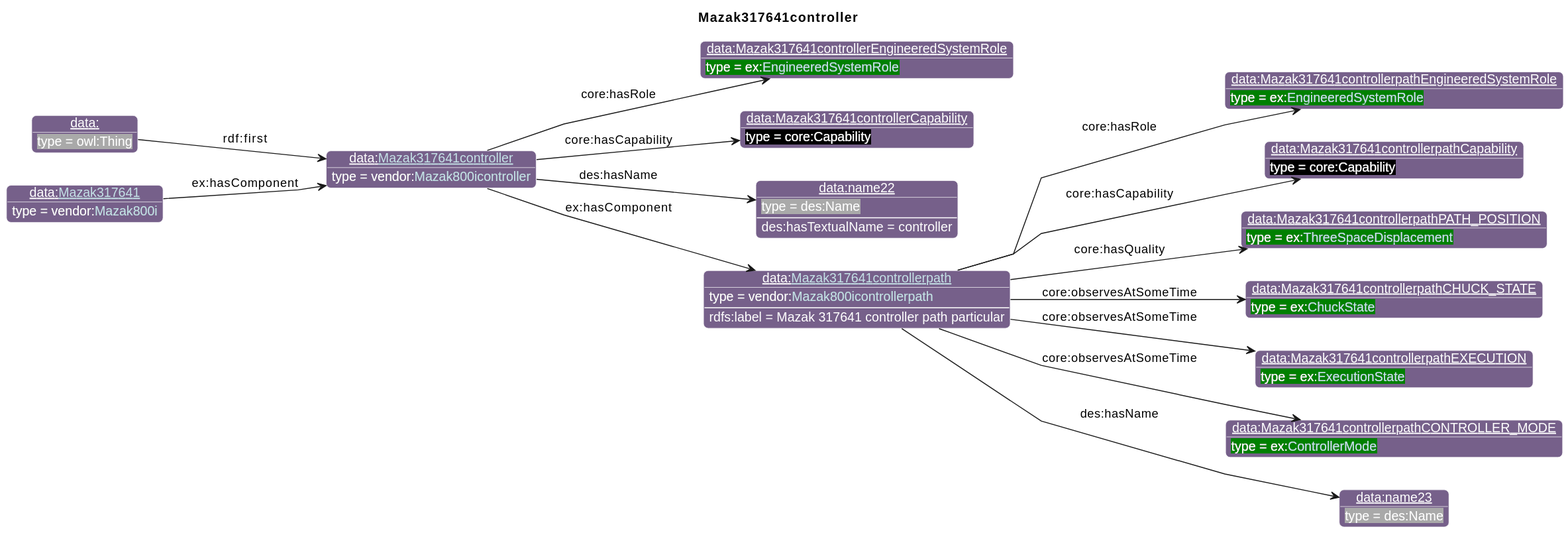
Before: diagrams/Mazak317641controller.svg, a diagram exported from PlantUML (iofoundry/example-syseng-mtconnect).
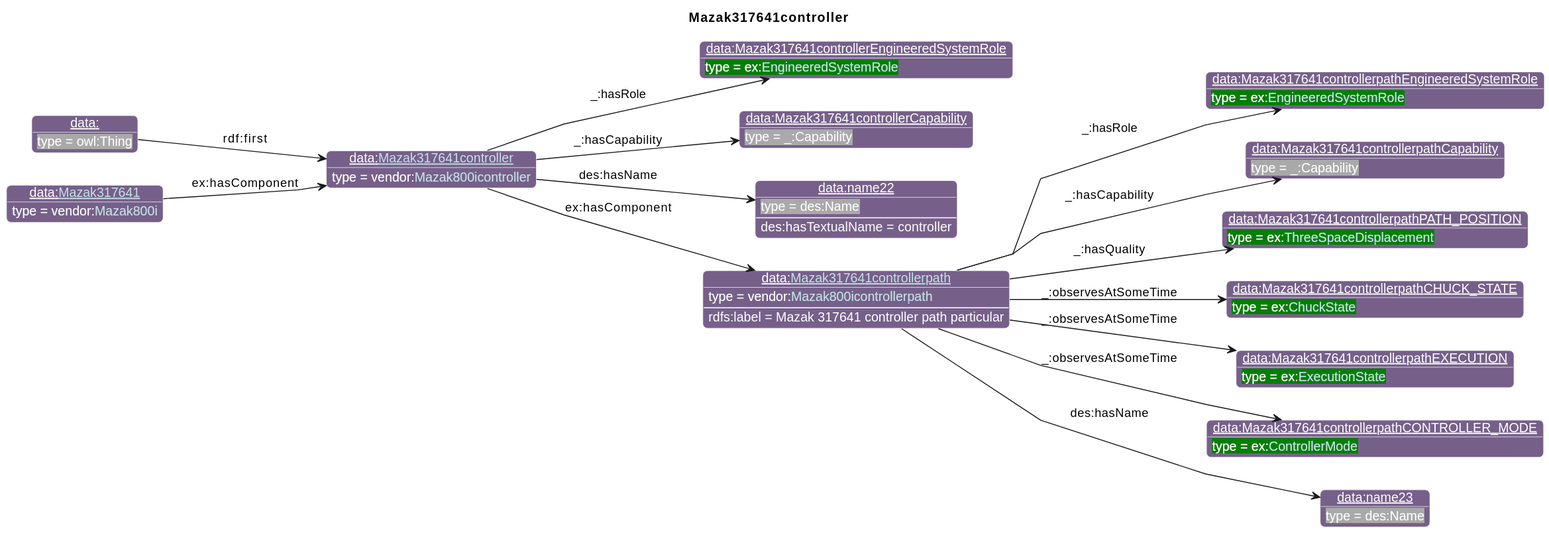
After the commit.

What changed in the source:
```diff
@@ -27,11 +27,11 @@
       }
 individual(o0, data:[[./Mazak317641controller.html Mazak317641controller]], vendor:[[../Mazak.html#Mazak800icontroller Mazak800icontroller]])
 individual(o1, data:Mazak317641controllerEngineeredSystemRole, ex:[[../Example.html#EngineeredSystemRole EngineeredSystemRole]])
-individual(o2, data:Mazak317641controllerCapability, core:Capability)
+individual(o2, data:Mazak317641controllerCapability, _:Capability)
 individual(o3, data:name22, des:Name)
 individual(o4, data:[[./Mazak317641controllerpath.html Mazak317641controllerpath]], vendor:[[../Mazak.html#Mazak800icontrollerpath Mazak800icontrollerpath]])
 individual(o5, data:Mazak317641controllerpathEngineeredSystemRole, ex:[[../Example.html#EngineeredSystemRole EngineeredSystemRole]])
-individual(o6, data:Mazak317641controllerpathCapability, core:Capability)
+individual(o6, data:Mazak317641controllerpathCapability, _:Capability)
 individual(o7, data:Mazak317641controllerpathPATH_POSITION, ex:[[../Example.html#ThreeSpaceDisplacement ThreeSpaceDisplacement]])
 individual(o8, data:Mazak317641controllerpathCHUCK_STATE, ex:[[../Example.html#ChuckState ChuckState]])
 individual(o9, data:Mazak317641controllerpathEXECUTION, ex:[[../Example.html#ExecutionState ExecutionState]])
@@ -39,18 +39,18 @@
 individual(o11, data:name23, des:Name)
 individual(o12, data:, owl:Thing)
 individual(o13, data:[[./Mazak317641.html Mazak317641]], vendor:[[../Mazak.html#Mazak800i Mazak800i]])
-property(o0, "core:hasRole", o1)
-property(o0, "core:hasCapability", o2)
+property(o0, "_:hasRole", o1)
+property(o0, "_:hasCapability", o2)
 property(o0, "des:hasName", o3)
 data(o3, "des:hasTextualName", "controller")
 property(o0, "ex:hasComponent", o4)
 data(o4, "rdfs:label", "Mazak 317641 controller path particular")
-property(o4, "core:hasRole", o5)
-property(o4, "core:hasCapability", o6)
-property(o4, "core:hasQuality", o7)
-property(o4, "core:observesAtSomeTime", o8)
-property(o4, "core:observesAtSomeTime", o9)
-property(o4, "core:observesAtSomeTime", o10)
+property(o4, "_:hasRole", o5)
+property(o4, "_:hasCapability", o6)
+property(o4, "_:hasQuality", o7)
+property(o4, "_:observesAtSomeTime", o8)
+property(o4, "_:observesAtSomeTime", o9)
+property(o4, "_:observesAtSomeTime", o10)
 property(o4, "des:hasName", o11)
 property(o12, "rdf:first", o0)
 property(o13, "ex:hasComponent", o0)
```
